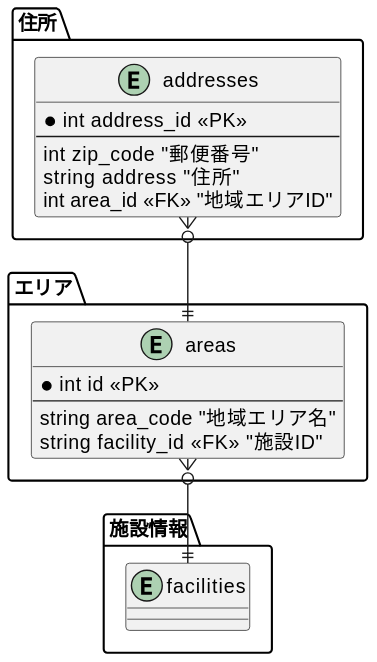
Above: src/diagrams-svg/ER/tables/addresses.svg in Fukuemon/buddy_design_docs (PlantUML), before the change.
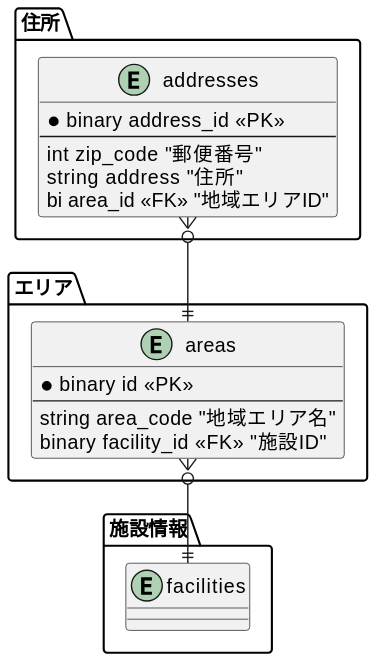
Later version of the same file.

The edit, as a diff of the source:
```diff
@@ -7,20 +7,20 @@
 
 package 住所 {
   entity addresses {
-    * int address_id <<PK>>
+    * binary address_id <<PK>>
     --
     int zip_code "郵便番号"
     string address "住所"
-    int area_id <<FK>> "地域エリアID"
+    bi area_id <<FK>> "地域エリアID"
   }
 }
 
 package エリア {
   entity areas {
-    * int id <<PK>>
+    * binary id <<PK>>
     --
     string area_code "地域エリア名"
-    string facility_id <<FK>> "施設ID"
+    binary facility_id <<FK>> "施設ID"
   }
 }
 
```
